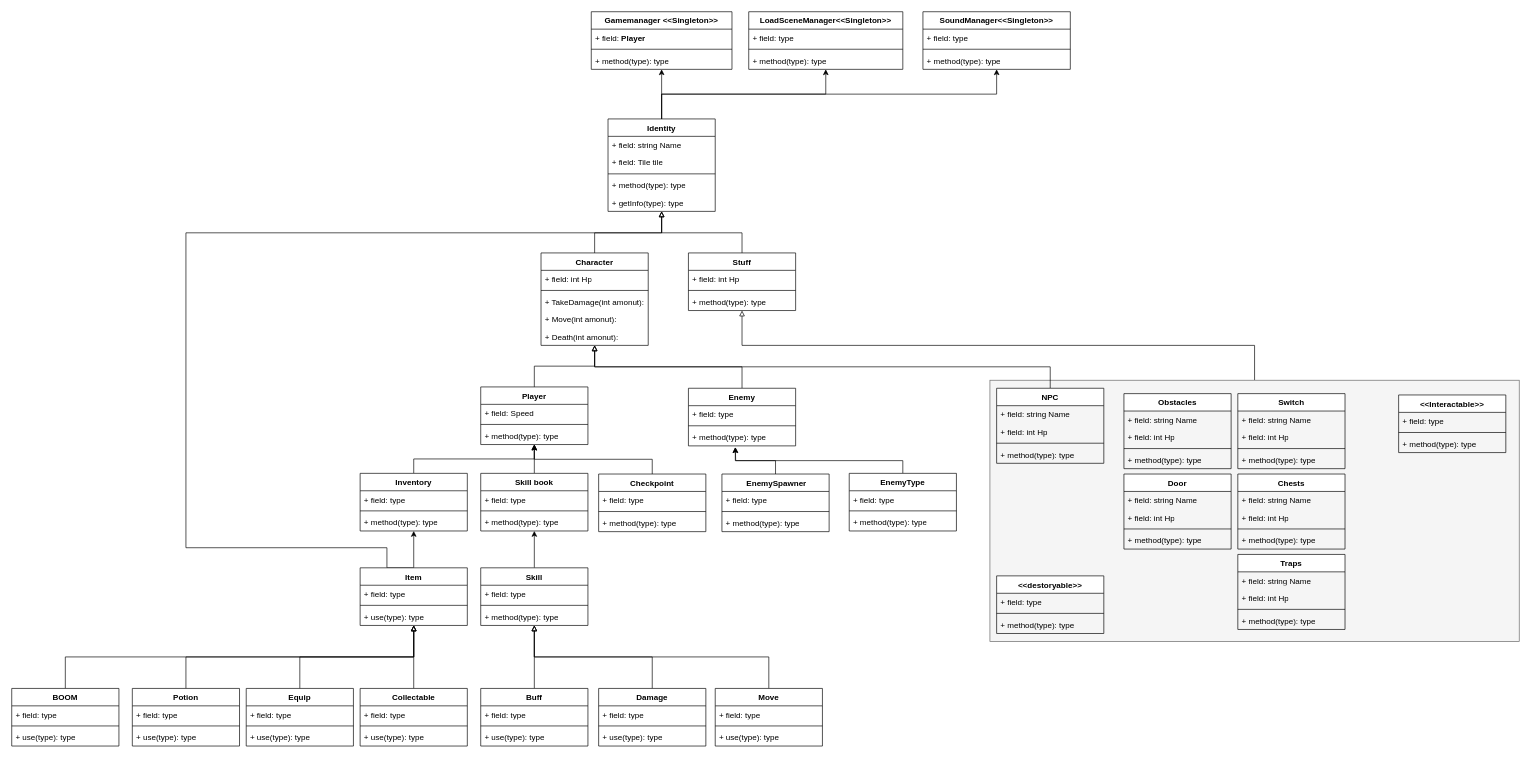
Above: MY RPG Diagram.drawio in Aeng-Dev-code/Fine-I-Am-OK-....But-you-Are-Doraemon (draw.io), before the change. Source tidied: cells renumbered, new cells numbered last; positions are measured from the earlier drawing's top-left corner, leaving out a move shared by most shapes. Both pictures are drawn from the tidied source at 67%, with x=0, y=0 at pixel (11, 11).
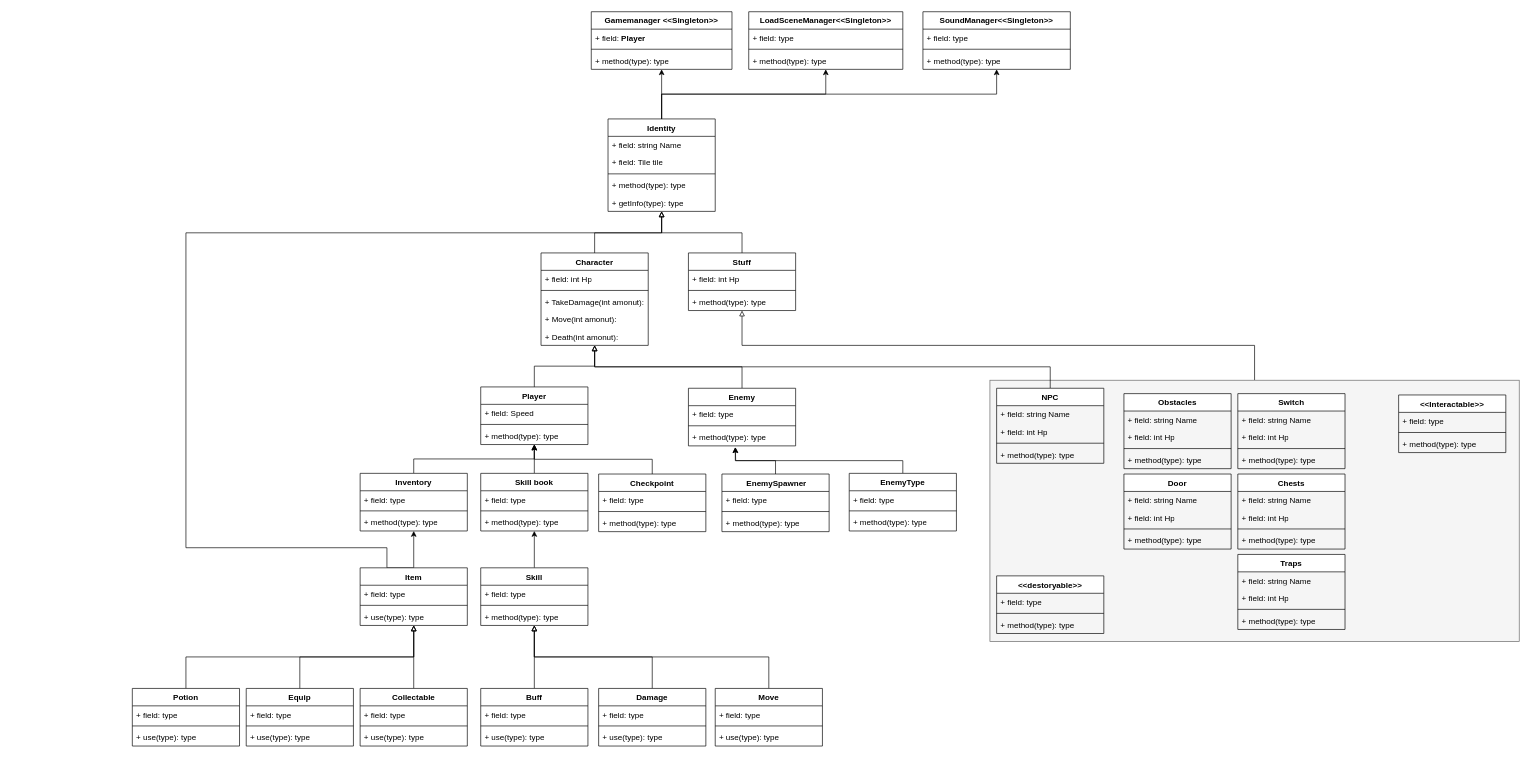
Above is the later version.

The change refers to these unchanged cells:
```xml
<mxCell id="23" value="Item" style="swimlane;fontStyle=1;align=center;verticalAlign=top;horizontal=1;startSize=26;whiteSpace=wrap;html=1;" parent="1" vertex="1">
  <mxGeometry x="520" y="830" width="160" height="86" as="geometry" />
</mxCell>
```

Diff of the diagram source:
```diff
@@
-    <mxCell id="137" style="edgeStyle=orthogonalEdgeStyle;rounded=0;jettySize=auto;html=1;exitX=0.5;exitY=0;exitDx=0;exitDy=0;endArrow=block;endFill=0;" parent="1" edge="1" source="138" target="23">
-      <mxGeometry relative="1" as="geometry" />
-    </mxCell>
-    <mxCell id="138" value="BOOM" style="swimlane;fontStyle=1;align=center;verticalAlign=top;horizontal=1;startSize=26;whiteSpace=wrap;html=1;" parent="1" vertex="1">
-      <mxGeometry y="1010" width="160" height="86" as="geometry" />
-    </mxCell>
-    <mxCell id="139" value="+ field: type" style="text;strokeColor=none;fillColor=none;align=left;verticalAlign=top;spacingLeft=4;spacingRight=4;overflow=hidden;whiteSpace=wrap;html=1;" parent="138" vertex="1">
-      <mxGeometry y="26" width="160" height="26" as="geometry" />
-    </mxCell>
-    <mxCell id="140" style="line;strokeWidth=1;fillColor=none;align=left;verticalAlign=middle;spacingTop=-1;spacingLeft=3;spacingRight=3;labelPosition=right;strokeColor=inherit;" parent="138" vertex="1">
-      <mxGeometry y="52" width="160" height="8" as="geometry" />
-    </mxCell>
-    <mxCell id="141" value="+ use(type): type" style="text;strokeColor=none;fillColor=none;align=left;verticalAlign=top;spacingLeft=4;spacingRight=4;overflow=hidden;whiteSpace=wrap;html=1;" parent="138" vertex="1">
-      <mxGeometry y="60" width="160" height="26" as="geometry" />
-    </mxCell>
```
